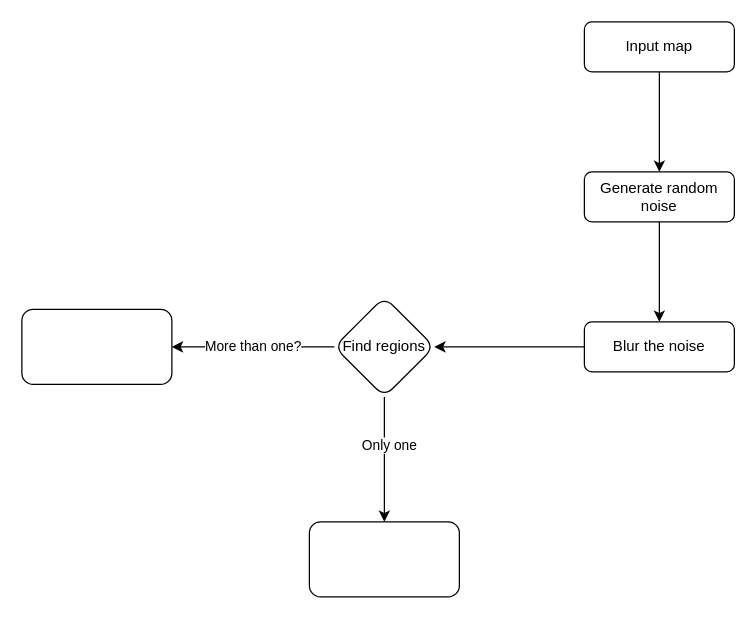
Buildasaurus/02104-Snake keeps this draw.io diagram as Documentation/LevelGeneratorFlowChart.drawio. Above is the earlier version. Source tidied: cells renumbered, new cells numbered last; positions are measured from the earlier drawing's top-left corner, leaving out a move shared by most shapes. Both pictures are drawn from the tidied source at 125%, with x=0, y=0 at pixel (21, 21).
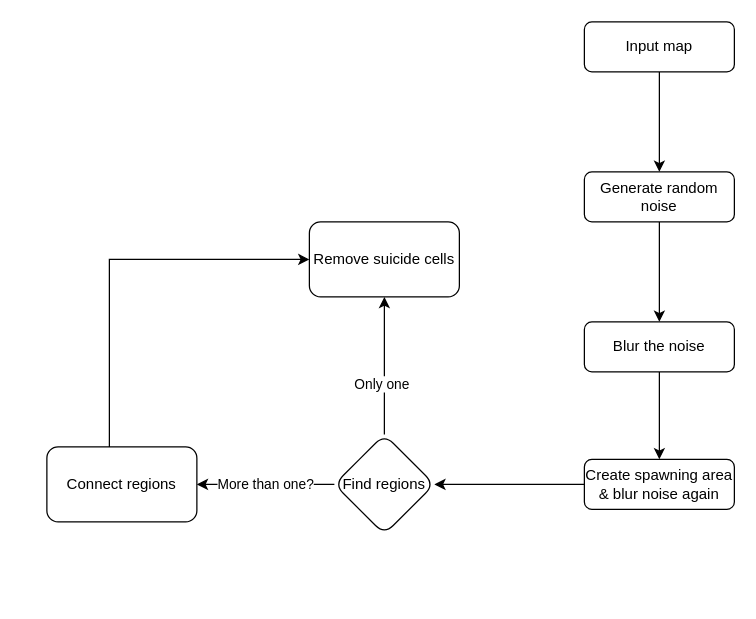
The same diagram, later.

Commit message (it also covers changes not shown here):
Simplify after spawn area created

The edit, as a diff of the source:
```diff
@@
 <mxGraphModel>
   <root>
     <mxCell id="0" />
     <mxCell id="1" parent="0" />
     <mxCell id="2" style="edgeStyle=orthogonalEdgeStyle;rounded=0;jettySize=auto;html=1;" parent="1" edge="1" source="3" target="5">
       <mxGeometry relative="1" as="geometry" />
     </mxCell>
     <mxCell id="3" value="Input map" style="rounded=1;whiteSpace=wrap;html=1;fontSize=12;glass=0;strokeWidth=1;shadow=0;" parent="1" vertex="1">
       <mxGeometry x="450" width="120" height="40" as="geometry" />
     </mxCell>
     <mxCell id="4" style="edgeStyle=orthogonalEdgeStyle;rounded=0;jettySize=auto;html=1;" parent="1" edge="1" source="5" target="7">
       <mxGeometry relative="1" as="geometry" />
     </mxCell>
     <mxCell id="5" value="Generate random noise" style="rounded=1;whiteSpace=wrap;html=1;fontSize=12;glass=0;strokeWidth=1;shadow=0;" parent="1" vertex="1">
       <mxGeometry x="450" y="120" width="120" height="40" as="geometry" />
     </mxCell>
-    <mxCell id="6" style="edgeStyle=orthogonalEdgeStyle;rounded=0;jettySize=auto;html=1;" parent="1" edge="1" source="7" target="11">
-      <mxGeometry relative="1" as="geometry" />
-    </mxCell>
+    <mxCell id="14" style="edgeStyle=orthogonalEdgeStyle;rounded=0;jettySize=auto;html=1;" parent="1" edge="1" source="7" target="17">
+      <mxGeometry relative="1" as="geometry" />
+    </mxCell>
     <mxCell id="7" value="Blur the noise" style="rounded=1;whiteSpace=wrap;html=1;fontSize=12;glass=0;strokeWidth=1;shadow=0;" parent="1" vertex="1">
       <mxGeometry x="450" y="240" width="120" height="40" as="geometry" />
     </mxCell>
     <mxCell id="8" value="More than one?" style="edgeStyle=orthogonalEdgeStyle;rounded=0;jettySize=auto;html=1;" parent="1" edge="1" source="11" target="12">
       <mxGeometry relative="1" as="geometry" />
     </mxCell>
     <mxCell id="9" style="edgeStyle=orthogonalEdgeStyle;rounded=0;jettySize=auto;html=1;" parent="1" edge="1" source="11" target="13">
       <mxGeometry relative="1" as="geometry" />
     </mxCell>
     <mxCell id="10" value="Only one" style="edgeLabel;html=1;align=center;verticalAlign=middle;" parent="9" vertex="1">
       <mxGeometry x="-0.25" y="3" relative="1" as="geometry" />
     </mxCell>
     <mxCell id="11" value="Find regions" style="rhombus;whiteSpace=wrap;html=1;rounded=1;glass=0;strokeWidth=1;shadow=0;" parent="1" vertex="1">
-      <mxGeometry x="250" y="220" width="80" height="80" as="geometry" />
+      <mxGeometry x="250" y="330" width="80" height="80" as="geometry" />
     </mxCell>
+    <mxCell id="15" style="edgeStyle=orthogonalEdgeStyle;rounded=0;jettySize=auto;html=1;entryX=0;entryY=0.5;entryDx=0;entryDy=0;" parent="1" edge="1" source="12" target="13">
+      <mxGeometry relative="1" as="geometry">
+        <Array as="points">
+          <mxPoint x="70" y="190" />
+        </Array>
+      </mxGeometry>
+    </mxCell>
-    <mxCell id="12" style="whiteSpace=wrap;html=1;rounded=1;glass=0;strokeWidth=1;shadow=0;" parent="1" vertex="1">
-      <mxGeometry y="230" width="120" height="60" as="geometry" />
+    <mxCell id="12" value="Connect regions" style="whiteSpace=wrap;html=1;rounded=1;glass=0;strokeWidth=1;shadow=0;" parent="1" vertex="1">
+      <mxGeometry x="20" y="340" width="120" height="60" as="geometry" />
     </mxCell>
-    <mxCell id="13" style="whiteSpace=wrap;html=1;rounded=1;glass=0;strokeWidth=1;shadow=0;" parent="1" vertex="1">
-      <mxGeometry x="230" y="400" width="120" height="60" as="geometry" />
+    <mxCell id="13" value="Remove suicide cells" style="whiteSpace=wrap;html=1;rounded=1;glass=0;strokeWidth=1;shadow=0;" parent="1" vertex="1">
+      <mxGeometry x="230" y="160" width="120" height="60" as="geometry" />
     </mxCell>
+    <mxCell id="16" style="edgeStyle=orthogonalEdgeStyle;rounded=0;jettySize=auto;html=1;" parent="1" edge="1" source="17" target="11">
+      <mxGeometry relative="1" as="geometry" />
+    </mxCell>
+    <mxCell id="17" value="Create spawning area &amp;amp; blur noise again" style="rounded=1;whiteSpace=wrap;html=1;fontSize=12;glass=0;strokeWidth=1;shadow=0;" parent="1" vertex="1">
+      <mxGeometry x="450" y="350" width="120" height="40" as="geometry" />
+    </mxCell>
   </root>
 </mxGraphModel>
```
